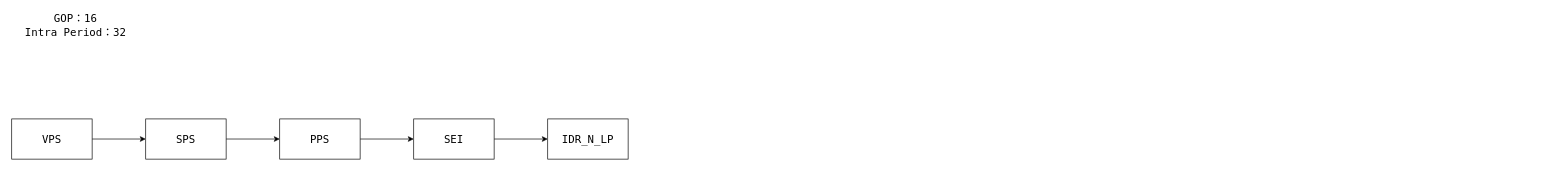
Earlier version of the draw.io diagram XML/NALU.drawio (Joeyrr/draw.io). Source tidied: cells renumbered, new cells numbered last; positions are measured from the earlier drawing's top-left corner, leaving out a move shared by most shapes. Both pictures are drawn from the tidied source at 67%, with x=0, y=0 at pixel (11, 11).
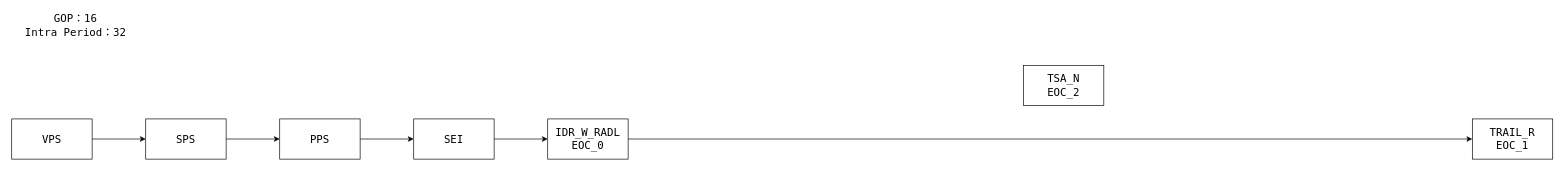
The same page after the edit.

The edit, as a diff of the source:
```diff
@@
 <mxGraphModel>
   <root>
     <mxCell id="0" />
     <mxCell id="1" parent="0" />
     <mxCell id="2" style="edgeStyle=orthogonalEdgeStyle;rounded=0;jettySize=auto;html=1;fontFamily=Lucida Console;fontSize=16;" parent="1" edge="1" source="3" target="5">
       <mxGeometry relative="1" as="geometry" />
     </mxCell>
     <mxCell id="3" value="VPS" style="rounded=0;whiteSpace=wrap;html=1;fontFamily=Lucida Console;fontSize=16;" parent="1" vertex="1">
       <mxGeometry y="160" width="120" height="60" as="geometry" />
     </mxCell>
     <mxCell id="4" style="edgeStyle=orthogonalEdgeStyle;rounded=0;jettySize=auto;html=1;fontFamily=Lucida Console;fontSize=16;" parent="1" edge="1" source="5" target="7">
       <mxGeometry relative="1" as="geometry" />
     </mxCell>
     <mxCell id="5" value="SPS" style="whiteSpace=wrap;html=1;fontSize=16;fontFamily=Lucida Console;rounded=0;" parent="1" vertex="1">
       <mxGeometry x="200" y="160" width="120" height="60" as="geometry" />
     </mxCell>
     <mxCell id="6" style="edgeStyle=orthogonalEdgeStyle;rounded=0;jettySize=auto;html=1;fontFamily=Lucida Console;fontSize=16;" parent="1" edge="1" source="7" target="9">
       <mxGeometry relative="1" as="geometry" />
     </mxCell>
     <mxCell id="7" value="PPS" style="whiteSpace=wrap;html=1;fontSize=16;fontFamily=Lucida Console;rounded=0;" parent="1" vertex="1">
       <mxGeometry x="400" y="160" width="120" height="60" as="geometry" />
     </mxCell>
     <mxCell id="8" style="edgeStyle=orthogonalEdgeStyle;rounded=0;jettySize=auto;html=1;fontFamily=Lucida Console;fontSize=16;" parent="1" edge="1" source="9" target="10">
       <mxGeometry relative="1" as="geometry" />
     </mxCell>
     <mxCell id="9" value="SEI" style="whiteSpace=wrap;html=1;fontSize=16;fontFamily=Lucida Console;rounded=0;" parent="1" vertex="1">
       <mxGeometry x="600" y="160" width="120" height="60" as="geometry" />
     </mxCell>
+    <mxCell id="12" style="edgeStyle=orthogonalEdgeStyle;rounded=0;jettySize=auto;html=1;fontFamily=Lucida Console;fontSize=16;" parent="1" edge="1" source="10" target="13">
+      <mxGeometry relative="1" as="geometry" />
+    </mxCell>
-    <mxCell id="10" value="IDR_N_LP" style="whiteSpace=wrap;html=1;fontSize=16;fontFamily=Lucida Console;rounded=0;" parent="1" vertex="1">
+    <mxCell id="10" value="IDR_W_RADL&lt;br&gt;EOC_0" style="whiteSpace=wrap;html=1;fontSize=16;fontFamily=Lucida Console;rounded=0;" parent="1" vertex="1">
       <mxGeometry x="800" y="160" width="120" height="60" as="geometry" />
     </mxCell>
     <mxCell id="11" value="GOP：16&lt;br&gt;Intra Period：32" style="text;html=1;align=center;verticalAlign=middle;fillColor=none;strokeColor=none;rounded=0;fontFamily=Lucida Console;fontSize=16;" parent="1" vertex="1">
       <mxGeometry x="10" width="170" height="40" as="geometry" />
     </mxCell>
+    <mxCell id="13" value="TRAIL_R&lt;br&gt;EOC_1" style="whiteSpace=wrap;html=1;fontSize=16;fontFamily=Lucida Console;rounded=0;" parent="1" vertex="1">
+      <mxGeometry x="2180" y="160" width="120" height="60" as="geometry" />
+    </mxCell>
+    <mxCell id="14" value="TSA_N&lt;br&gt;EOC_2" style="rounded=0;whiteSpace=wrap;html=1;fontFamily=Lucida Console;fontSize=16;" parent="1" vertex="1">
+      <mxGeometry x="1510" y="80" width="120" height="60" as="geometry" />
+    </mxCell>
   </root>
 </mxGraphModel>
```
